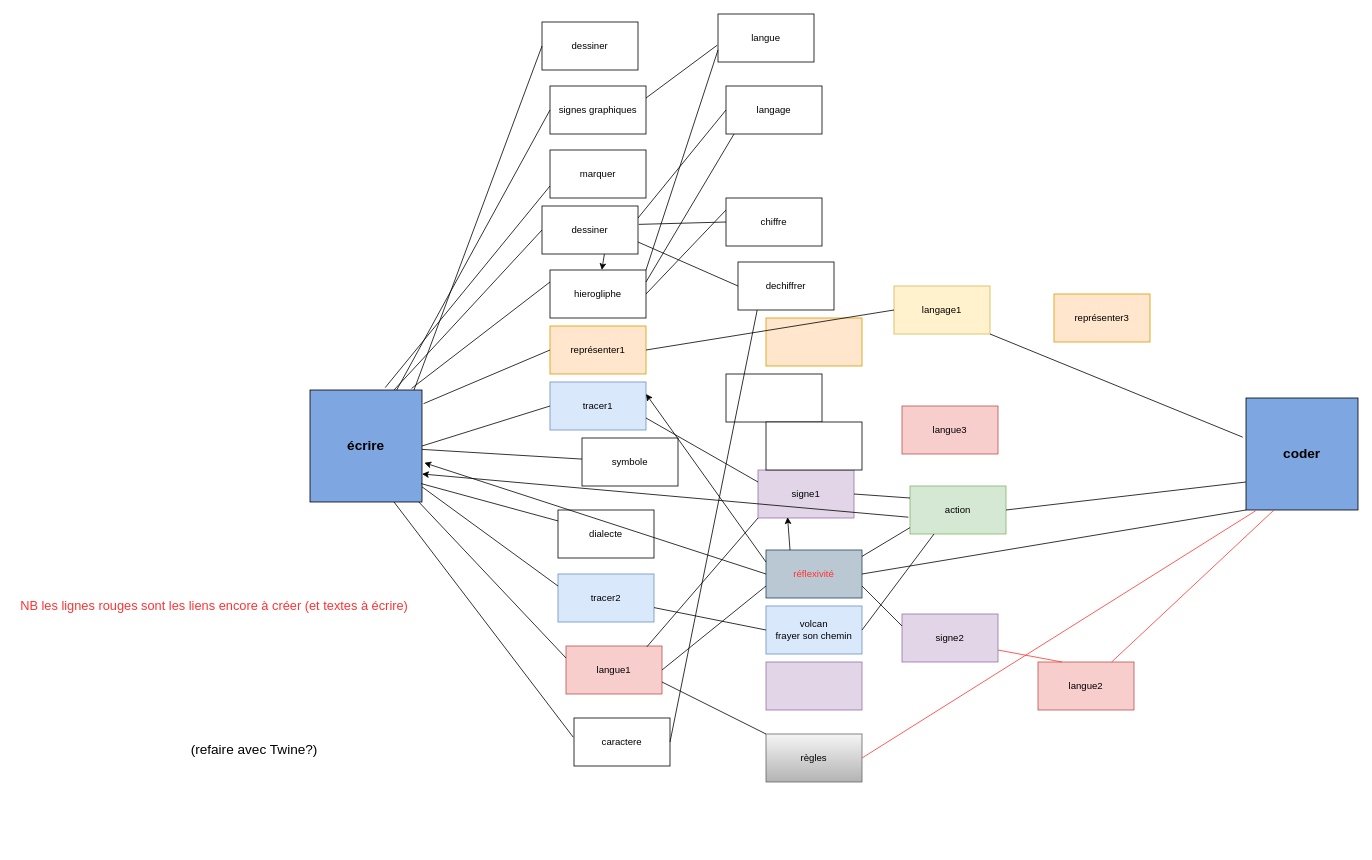
Before: carte hypertexte ecrirecoder.drawio in babelhead/EcrireCoder, a draw.io diagram. Source tidied: cells renumbered, new cells numbered last; positions are measured from the earlier drawing's top-left corner, leaving out a move shared by most shapes. Both pictures are drawn from the tidied source at 80%, with x=0, y=0 at pixel (14, 14).
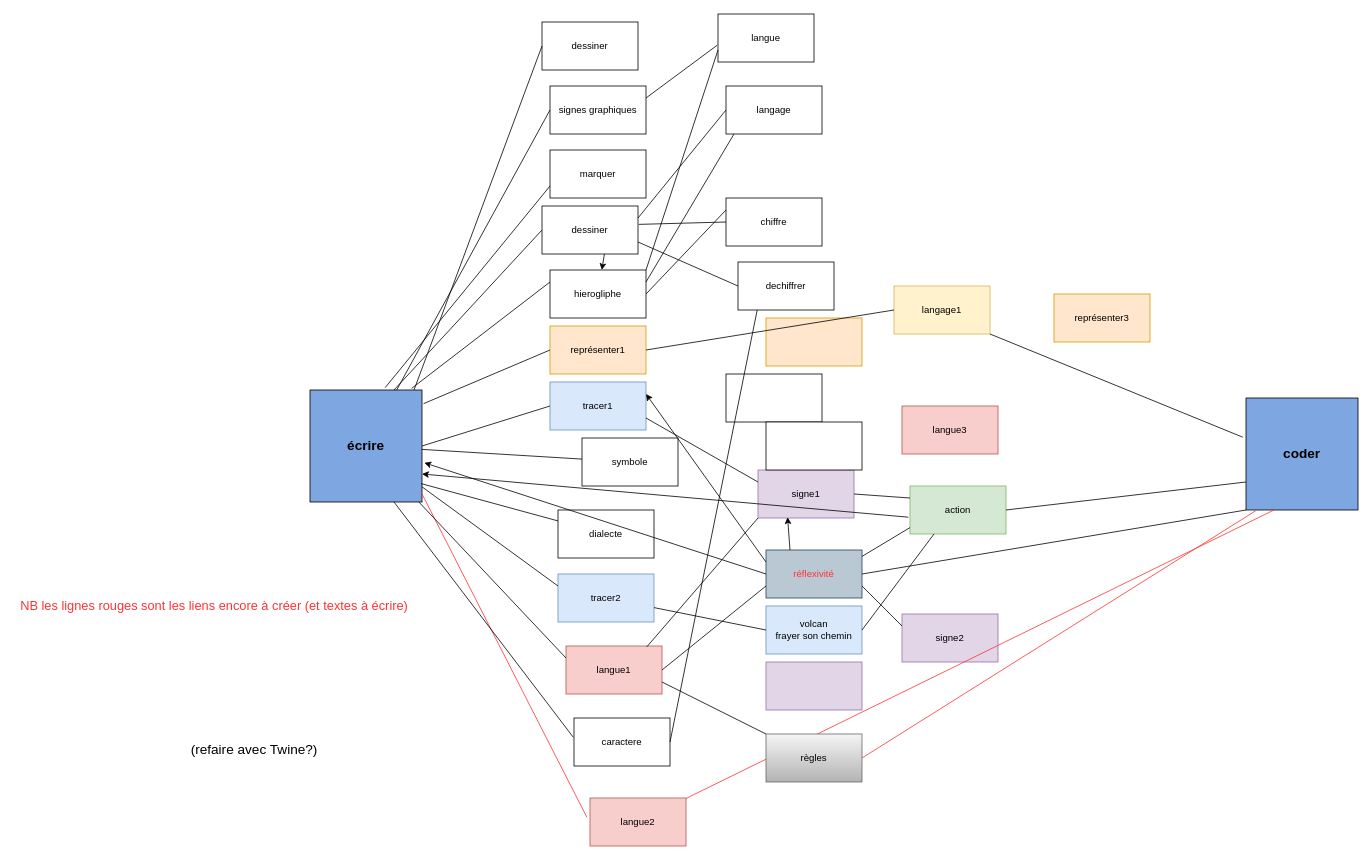
After the change.

The change refers to these unchanged cells:
```xml
<mxCell id="2" value="&lt;b&gt;&lt;font style=&quot;font-size: 17px&quot;&gt;écrire&lt;/font&gt;&lt;/b&gt;" style="whiteSpace=wrap;html=1;fillColor=#7EA6E0;" parent="1" vertex="1">
  <mxGeometry x="370" y="470" width="140" height="140" as="geometry" />
</mxCell>
<mxCell id="14" value="signe2" style="rounded=0;whiteSpace=wrap;html=1;fillColor=#e1d5e7;strokeColor=#9673a6;" parent="1" vertex="1">
  <mxGeometry x="1110" y="750" width="120" height="60" as="geometry" />
</mxCell>
```

Change to the diagram source:
```diff
@@
     <mxCell id="7" value="langue2" style="rounded=0;whiteSpace=wrap;html=1;fillColor=#f8cecc;strokeColor=#b85450;" parent="1" vertex="1">
-      <mxGeometry x="1280" y="810" width="120" height="60" as="geometry" />
+      <mxGeometry x="720" y="980" width="120" height="60" as="geometry" />
     </mxCell>
@@
-    <mxCell id="17" style="endArrow=none;html=1;exitX=0.25;exitY=0;exitDx=0;exitDy=0;entryX=1;entryY=0.75;entryDx=0;entryDy=0;strokeColor=#FF3333;" parent="1" edge="1" source="7" target="14">
+    <mxCell id="17" style="endArrow=none;html=1;exitX=-0.033;exitY=0.4;exitDx=0;exitDy=0;entryX=0.993;entryY=0.914;entryDx=0;entryDy=0;strokeColor=#FF3333;exitPerimeter=0;entryPerimeter=0;" parent="1" edge="1" source="7" target="2">
       <mxGeometry relative="1" as="geometry" />
     </mxCell>
```
